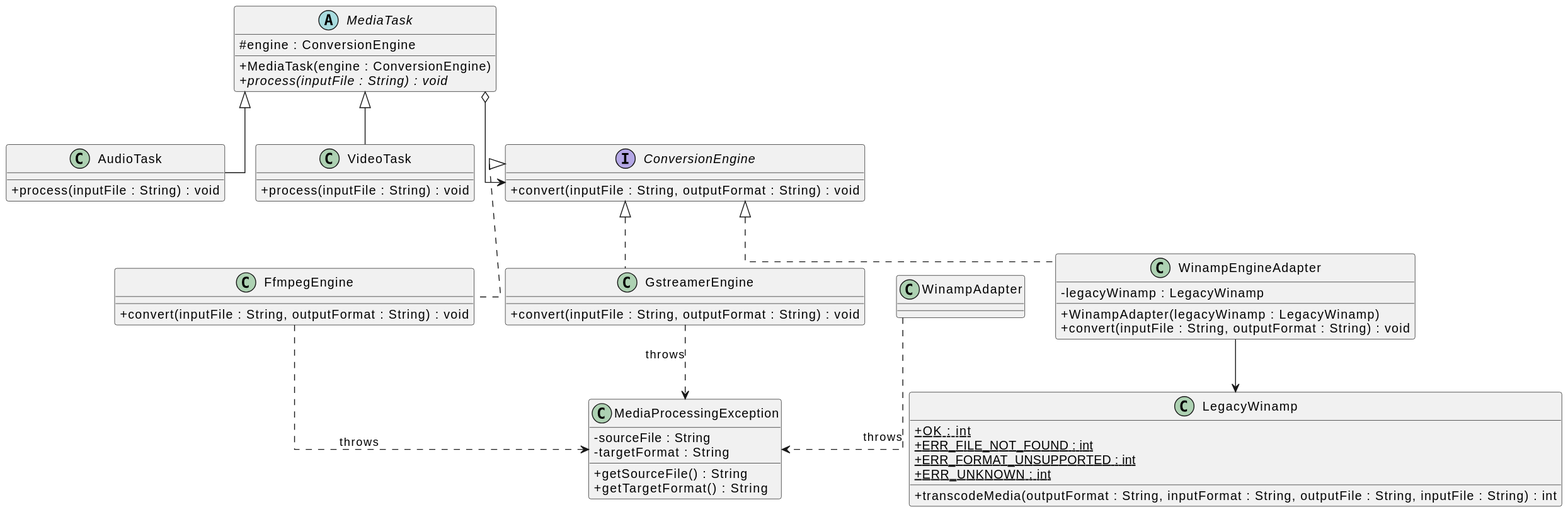
The PlantUML diagram docs/diagram.svg in anommanager/sdp-assignment3, before a commit.
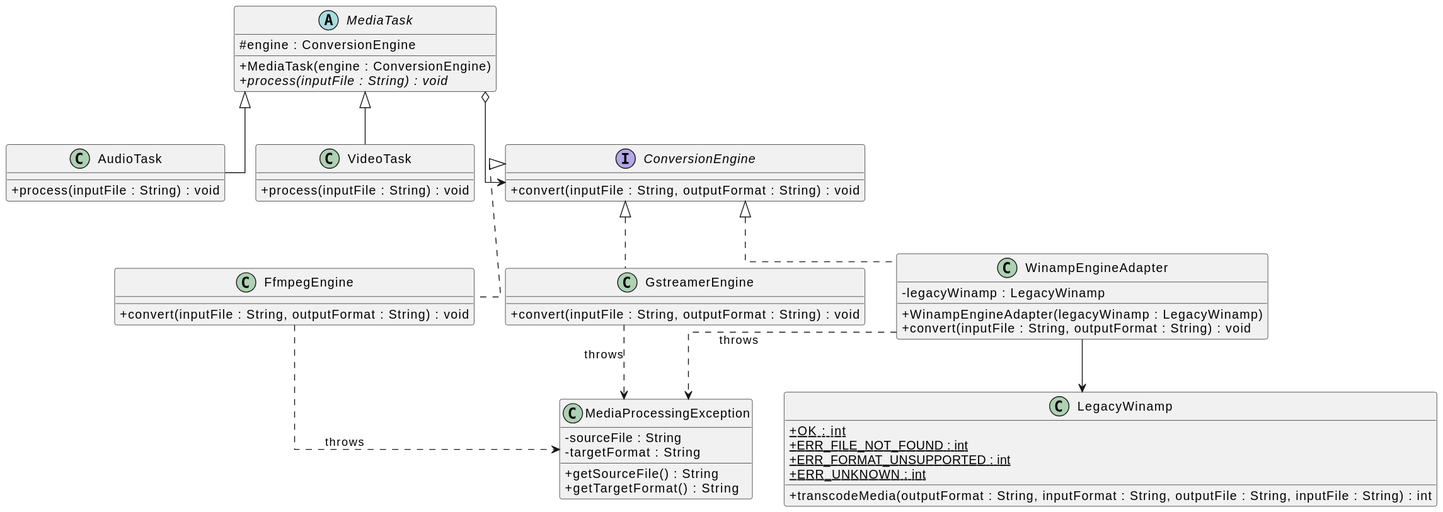
Above is the later version.

Commit message:
docs: updated the UML diagram

Diff of the diagram source:
```diff
@@ -39,7 +39,7 @@
 
 class WinampEngineAdapter {
   - legacyWinamp : LegacyWinamp
-  + WinampAdapter(legacyWinamp : LegacyWinamp)
+  + WinampEngineAdapter(legacyWinamp : LegacyWinamp)
   + convert(inputFile : String, outputFormat : String) : void
 }
 
@@ -64,5 +64,5 @@
 
 FfmpegEngine ..> MediaProcessingException : throws
 GstreamerEngine ..> MediaProcessingException : throws
-WinampAdapter ..> MediaProcessingException : throws
+WinampEngineAdapter ..> MediaProcessingException : throws
 @enduml
```
